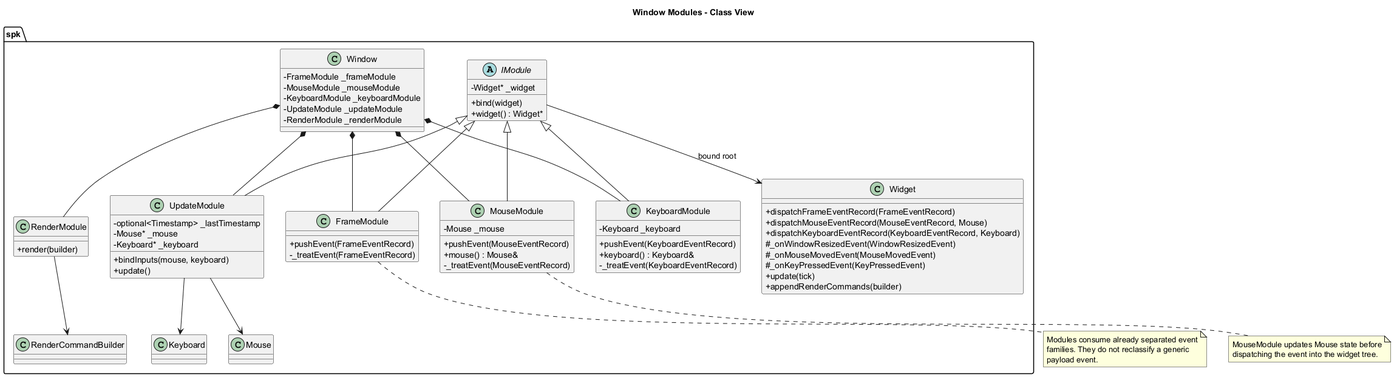
Before: documentation/architecture/diagrams/window-modules-class.png, a diagram exported from PlantUML (Hyarius/Sparkle). Its diagram source:
```plantuml
@startuml
title Window Modules - Class View

skinparam classAttributeIconSize 0

namespace spk {
	abstract class IModule {
		- Widget* _widget
		+ bind(widget)
		+ widget() : Widget*
	}

	class FrameModule {
		+ pushEvent(FrameEventRecord)
		- _treatEvent(FrameEventRecord)
	}

	class MouseModule {
		- Mouse _mouse
		+ pushEvent(MouseEventRecord)
		+ mouse() : Mouse&
		- _treatEvent(MouseEventRecord)
	}

	class KeyboardModule {
		- Keyboard _keyboard
		+ pushEvent(KeyboardEventRecord)
		+ keyboard() : Keyboard&
		- _treatEvent(KeyboardEventRecord)
	}

	class UpdateModule {
		- optional<Timestamp> _lastTimestamp
		- Mouse* _mouse
		- Keyboard* _keyboard
		+ bindInputs(mouse, keyboard)
		+ update()
	}

	class RenderModule {
		+ render(builder)
	}

	class Window {
		- FrameModule _frameModule
		- MouseModule _mouseModule
		- KeyboardModule _keyboardModule
		- UpdateModule _updateModule
		- RenderModule _renderModule
	}

	class Widget {
		+ dispatchFrameEventRecord(FrameEventRecord)
		+ dispatchMouseEventRecord(MouseEventRecord, Mouse)
		+ dispatchKeyboardEventRecord(KeyboardEventRecord, Keyboard)
		# _onWindowResizedEvent(WindowResizedEvent)
		# _onMouseMovedEvent(MouseMovedEvent)
		# _onKeyPressedEvent(KeyPressedEvent)
		+ update(tick)
		+ appendRenderCommands(builder)
	}
}

spk.IModule <|-- spk.FrameModule
spk.IModule <|-- spk.MouseModule
spk.IModule <|-- spk.KeyboardModule
spk.IModule <|-- spk.UpdateModule

spk.Window *-- spk.FrameModule
spk.Window *-- spk.MouseModule
spk.Window *-- spk.KeyboardModule
spk.Window *-- spk.UpdateModule
spk.Window *-- spk.RenderModule

spk.IModule --> spk.Widget : bound root
spk.UpdateModule --> spk.Mouse
spk.UpdateModule --> spk.Keyboard
spk.RenderModule --> spk.RenderCommandBuilder

note bottom of spk.MouseModule
MouseModule updates Mouse state before
dispatching the event into the widget tree.
end note

note bottom of spk.FrameModule
Modules consume already separated event
families. They do not reclassify a generic
payload event.
end note

@enduml
```
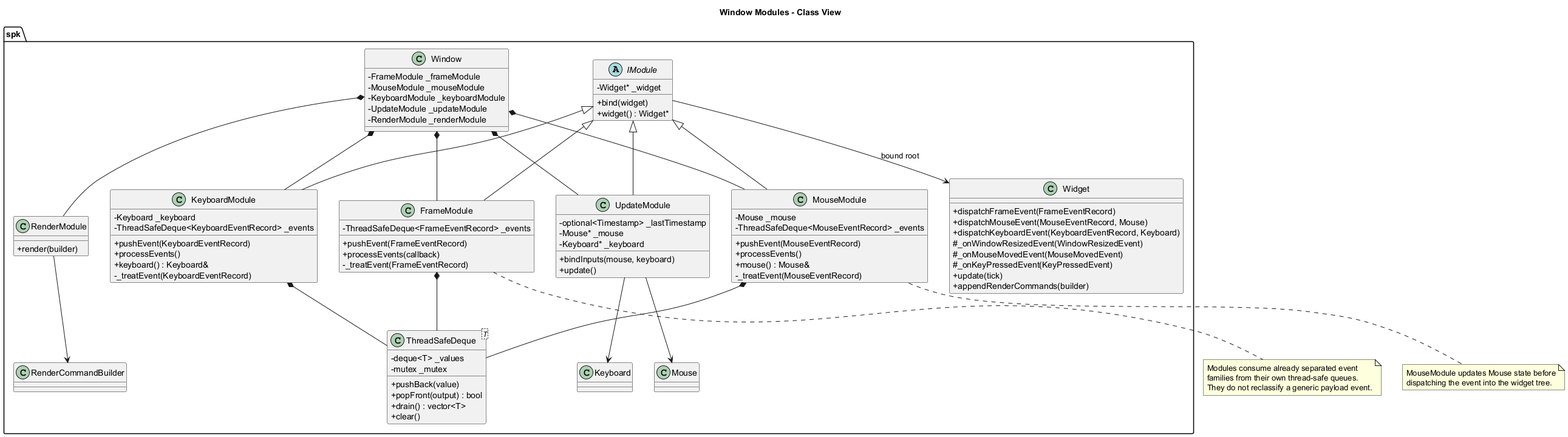
The same file after the commit.

The edit, as a diff of the source:
```diff
@@ -11,20 +11,26 @@
 	}
 
 	class FrameModule {
+		- ThreadSafeDeque<FrameEventRecord> _events
 		+ pushEvent(FrameEventRecord)
+		+ processEvents(callback)
 		- _treatEvent(FrameEventRecord)
 	}
 
 	class MouseModule {
 		- Mouse _mouse
+		- ThreadSafeDeque<MouseEventRecord> _events
 		+ pushEvent(MouseEventRecord)
+		+ processEvents()
 		+ mouse() : Mouse&
 		- _treatEvent(MouseEventRecord)
 	}
 
 	class KeyboardModule {
 		- Keyboard _keyboard
+		- ThreadSafeDeque<KeyboardEventRecord> _events
 		+ pushEvent(KeyboardEventRecord)
+		+ processEvents()
 		+ keyboard() : Keyboard&
 		- _treatEvent(KeyboardEventRecord)
 	}
@@ -41,6 +47,15 @@
 		+ render(builder)
 	}
 
+	class "ThreadSafeDeque<T>" as ThreadSafeDeque {
+		- deque<T> _values
+		- mutex _mutex
+		+ pushBack(value)
+		+ popFront(output) : bool
+		+ drain() : vector<T>
+		+ clear()
+	}
+
 	class Window {
 		- FrameModule _frameModule
 		- MouseModule _mouseModule
@@ -50,9 +65,9 @@
 	}
 
 	class Widget {
-		+ dispatchFrameEventRecord(FrameEventRecord)
-		+ dispatchMouseEventRecord(MouseEventRecord, Mouse)
-		+ dispatchKeyboardEventRecord(KeyboardEventRecord, Keyboard)
+		+ dispatchFrameEvent(FrameEventRecord)
+		+ dispatchMouseEvent(MouseEventRecord, Mouse)
+		+ dispatchKeyboardEvent(KeyboardEventRecord, Keyboard)
 		# _onWindowResizedEvent(WindowResizedEvent)
 		# _onMouseMovedEvent(MouseMovedEvent)
 		# _onKeyPressedEvent(KeyPressedEvent)
@@ -73,6 +88,9 @@
 spk.Window *-- spk.RenderModule
 
 spk.IModule --> spk.Widget : bound root
+spk.FrameModule *-- spk.ThreadSafeDeque
+spk.MouseModule *-- spk.ThreadSafeDeque
+spk.KeyboardModule *-- spk.ThreadSafeDeque
 spk.UpdateModule --> spk.Mouse
 spk.UpdateModule --> spk.Keyboard
 spk.RenderModule --> spk.RenderCommandBuilder
@@ -84,8 +102,8 @@
 
 note bottom of spk.FrameModule
 Modules consume already separated event
-families. They do not reclassify a generic
-payload event.
+families from their own thread-safe queues.
+They do not reclassify a generic payload event.
 end note
 
 @enduml
```
